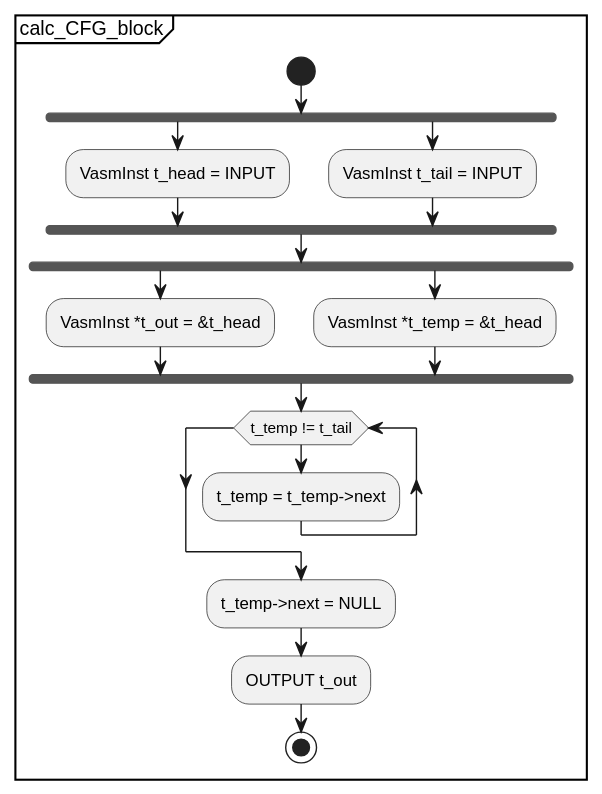
KeithCBrett/Python-Compiler keeps this PlantUML diagram as docs/UML/Control_Flow_Graph_Generation_Scheme/submodules/svg/calc_CFG_block.svg. Above is the earlier version.
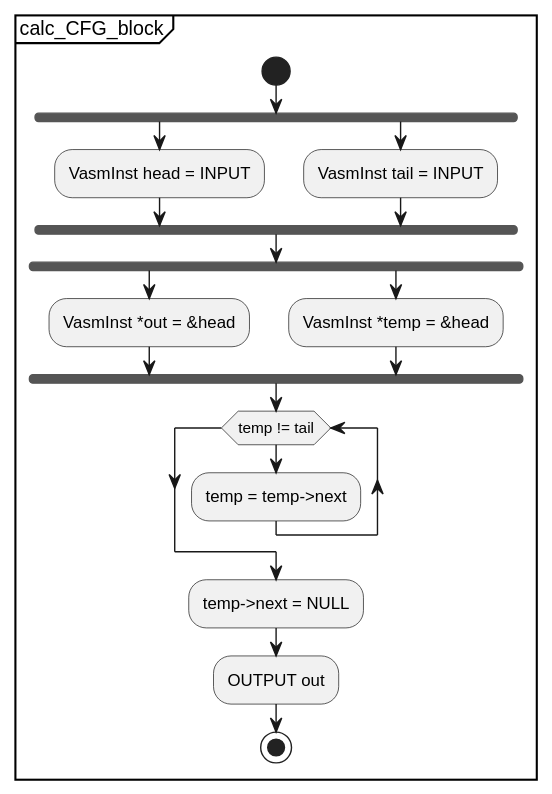
After the commit.

Change to the diagram source:
```diff
@@ -2,20 +2,20 @@
 partition calc_CFG_block {
     start
     fork
-        :VasmInst t_head = INPUT;
+        :VasmInst head = INPUT;
     fork again
-        :VasmInst t_tail = INPUT;
+        :VasmInst tail = INPUT;
     fork end
     fork
-        :VasmInst *t_out = &t_head;
+        :VasmInst *out = &head;
     fork again
-        :VasmInst *t_temp = &t_head;
+        :VasmInst *temp = &head;
     fork end
-    while (t_temp != t_tail)
-        :t_temp = t_temp->next;
+    while (temp != tail)
+        :temp = temp->next;
     endwhile
-    :t_temp->next = NULL;
-    :OUTPUT t_out;
+    :temp->next = NULL;
+    :OUTPUT out;
     stop
 }
 @enduml
```
